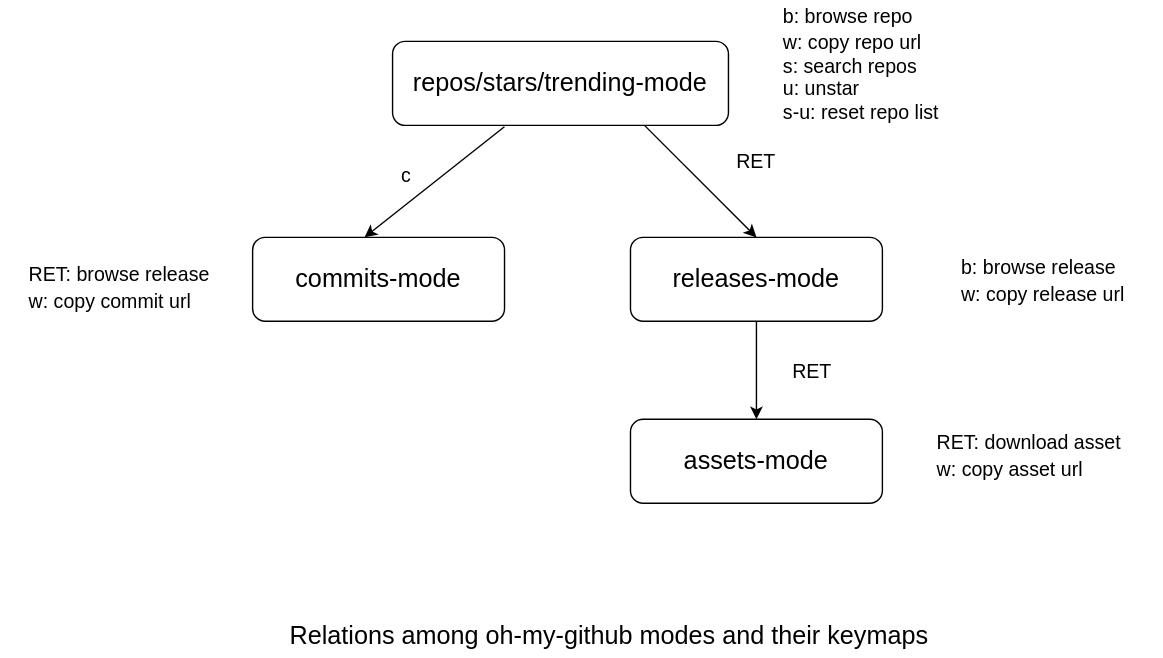
Before: assets/omg-modes.svg, a diagram exported from draw.io (jiacai2050/oh-my-github). Source tidied: cells renumbered, new cells last; positions are measured from the earlier drawing's top-left corner, leaving out a move shared by most shapes.
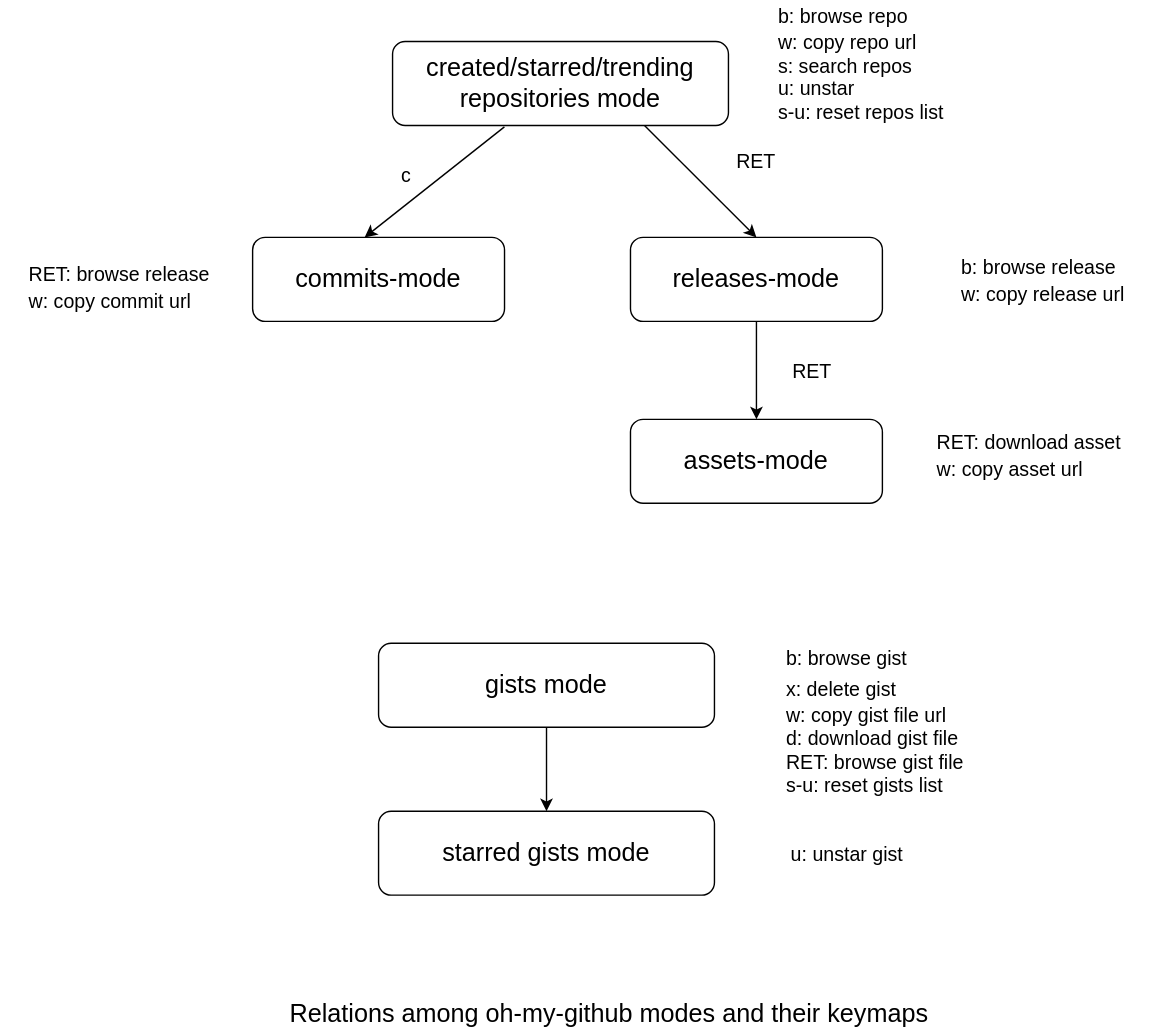
Above is the later version.

What changed in the source:
```diff
@@ -2,7 +2,7 @@
   <root>
     <mxCell id="0" />
     <mxCell id="1" parent="0" />
-    <mxCell id="2" value="&lt;font style=&quot;font-size: 18px&quot;&gt;repos/stars/trending-mode&lt;/font&gt;" style="rounded=1;whiteSpace=wrap;html=1;fontSize=12;glass=0;strokeWidth=1;shadow=0;" parent="1" vertex="1">
+    <mxCell id="2" value="&lt;font style=&quot;font-size: 18px&quot;&gt;created/starred/trending&lt;br&gt;repositories mode&lt;/font&gt;" style="rounded=1;whiteSpace=wrap;html=1;fontSize=12;glass=0;strokeWidth=1;shadow=0;" parent="1" vertex="1">
       <mxGeometry x="280" y="10" width="240" height="60" as="geometry" />
     </mxCell>
     <mxCell id="3" style="endArrow=classic;html=1;rounded=0;fontSize=18;exitX=0.333;exitY=1.017;exitDx=0;exitDy=0;exitPerimeter=0;" parent="1" edge="1" source="2">
@@ -45,11 +45,26 @@
     <mxCell id="14" value="&lt;div style=&quot;text-align: left&quot;&gt;&lt;span style=&quot;font-size: 14px&quot;&gt;RET: browse release&lt;/span&gt;&lt;/div&gt;&lt;font style=&quot;font-size: 14px&quot;&gt;&lt;div style=&quot;text-align: left&quot;&gt;&lt;span&gt;w: copy commit url&lt;/span&gt;&lt;/div&gt;&lt;/font&gt;" style="text;html=1;strokeColor=none;fillColor=none;align=center;verticalAlign=middle;whiteSpace=wrap;rounded=0;fontSize=18;" parent="1" vertex="1">
       <mxGeometry y="170" width="170" height="30" as="geometry" />
     </mxCell>
-    <mxCell id="15" value="&lt;div style=&quot;text-align: left&quot;&gt;&lt;span style=&quot;font-size: 14px&quot;&gt;b: browse repo&lt;/span&gt;&lt;/div&gt;&lt;font style=&quot;font-size: 14px&quot;&gt;&lt;div style=&quot;text-align: left&quot;&gt;&lt;span&gt;w: copy repo url&lt;/span&gt;&lt;/div&gt;&lt;div style=&quot;text-align: left&quot;&gt;&lt;span&gt;s: search repos&lt;/span&gt;&lt;/div&gt;&lt;div style=&quot;text-align: left&quot;&gt;&lt;span&gt;u: unstar&lt;/span&gt;&lt;/div&gt;&lt;div style=&quot;text-align: left&quot;&gt;&lt;span&gt;s-u: reset repo list&lt;/span&gt;&lt;br&gt;&lt;/div&gt;&lt;/font&gt;" style="text;html=1;strokeColor=none;fillColor=none;align=center;verticalAlign=middle;whiteSpace=wrap;rounded=0;fontSize=18;" parent="1" vertex="1">
+    <mxCell id="15" value="&lt;div style=&quot;text-align: left&quot;&gt;&lt;span style=&quot;font-size: 14px&quot;&gt;b: browse repo&lt;/span&gt;&lt;/div&gt;&lt;font style=&quot;font-size: 14px&quot;&gt;&lt;div style=&quot;text-align: left&quot;&gt;&lt;span&gt;w: copy repo url&lt;/span&gt;&lt;/div&gt;&lt;div style=&quot;text-align: left&quot;&gt;&lt;span&gt;s: search repos&lt;/span&gt;&lt;/div&gt;&lt;div style=&quot;text-align: left&quot;&gt;&lt;span&gt;u: unstar&lt;/span&gt;&lt;/div&gt;&lt;div style=&quot;text-align: left&quot;&gt;&lt;span&gt;s-u: reset repos list&lt;/span&gt;&lt;br&gt;&lt;/div&gt;&lt;/font&gt;" style="text;html=1;strokeColor=none;fillColor=none;align=center;verticalAlign=middle;whiteSpace=wrap;rounded=0;fontSize=18;" parent="1" vertex="1">
       <mxGeometry x="530" width="170" height="50" as="geometry" />
     </mxCell>
     <mxCell id="16" value="&lt;font style=&quot;font-size: 18px&quot;&gt;Relations among oh-my-github modes and their keymaps&lt;/font&gt;" style="text;html=1;strokeColor=none;fillColor=none;align=center;verticalAlign=middle;whiteSpace=wrap;rounded=0;fontSize=14;" parent="1" vertex="1">
-      <mxGeometry x="190" y="420" width="490" height="30" as="geometry" />
+      <mxGeometry x="190" y="690" width="490" height="30" as="geometry" />
     </mxCell>
+    <mxCell id="17" style="edgeStyle=orthogonalEdgeStyle;rounded=0;jettySize=auto;html=1;" parent="1" edge="1" source="18" target="20">
+      <mxGeometry relative="1" as="geometry" />
+    </mxCell>
+    <mxCell id="18" value="&lt;font style=&quot;font-size: 18px&quot;&gt;gists mode&lt;/font&gt;" style="rounded=1;whiteSpace=wrap;html=1;fontSize=12;glass=0;strokeWidth=1;shadow=0;" parent="1" vertex="1">
+      <mxGeometry x="270" y="440" width="240" height="60" as="geometry" />
+    </mxCell>
+    <mxCell id="19" value="&lt;div style=&quot;text-align: left&quot;&gt;&lt;span style=&quot;font-size: 14px&quot;&gt;b: browse gist&lt;/span&gt;&lt;/div&gt;&lt;div style=&quot;text-align: left&quot;&gt;&lt;span style=&quot;font-size: 14px&quot;&gt;x: delete gist&lt;/span&gt;&lt;/div&gt;&lt;font style=&quot;font-size: 14px&quot;&gt;&lt;div style=&quot;text-align: left&quot;&gt;&lt;span&gt;w: copy gist file url&lt;/span&gt;&lt;/div&gt;&lt;div style=&quot;text-align: left&quot;&gt;&lt;span&gt;d: download gist file&lt;/span&gt;&lt;/div&gt;&lt;div style=&quot;text-align: left&quot;&gt;&lt;span&gt;RET: browse gist file&lt;/span&gt;&lt;/div&gt;&lt;div style=&quot;text-align: left&quot;&gt;&lt;span&gt;s-u: reset gists list&lt;/span&gt;&lt;br&gt;&lt;/div&gt;&lt;/font&gt;" style="text;html=1;strokeColor=none;fillColor=none;align=center;verticalAlign=middle;whiteSpace=wrap;rounded=0;fontSize=18;" parent="1" vertex="1">
+      <mxGeometry x="540" y="470" width="170" height="50" as="geometry" />
+    </mxCell>
+    <mxCell id="20" value="&lt;font style=&quot;font-size: 18px&quot;&gt;starred gists mode&lt;/font&gt;" style="rounded=1;whiteSpace=wrap;html=1;fontSize=12;glass=0;strokeWidth=1;shadow=0;" parent="1" vertex="1">
+      <mxGeometry x="270" y="560" width="240" height="60" as="geometry" />
+    </mxCell>
+    <mxCell id="21" value="&lt;div style=&quot;text-align: left&quot;&gt;&lt;span style=&quot;font-size: 14px&quot;&gt;u: unstar gist&lt;/span&gt;&lt;/div&gt;" style="text;html=1;strokeColor=none;fillColor=none;align=center;verticalAlign=middle;whiteSpace=wrap;rounded=0;fontSize=18;" parent="1" vertex="1">
+      <mxGeometry x="520" y="575" width="170" height="30" as="geometry" />
+    </mxCell>
   </root>
 </mxGraphModel>
```
